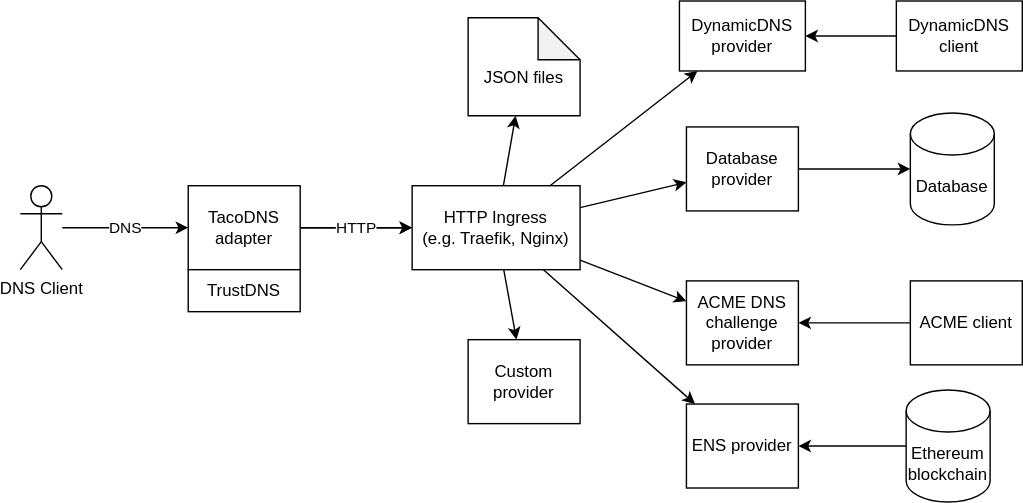
chris13524/tacodns keeps this draw.io diagram as ARCHITECTURE.drawio.svg. Above is the earlier version. Source tidied: cells renumbered, new cells last; positions are measured from the earlier drawing's top-left corner, leaving out a move shared by most shapes.
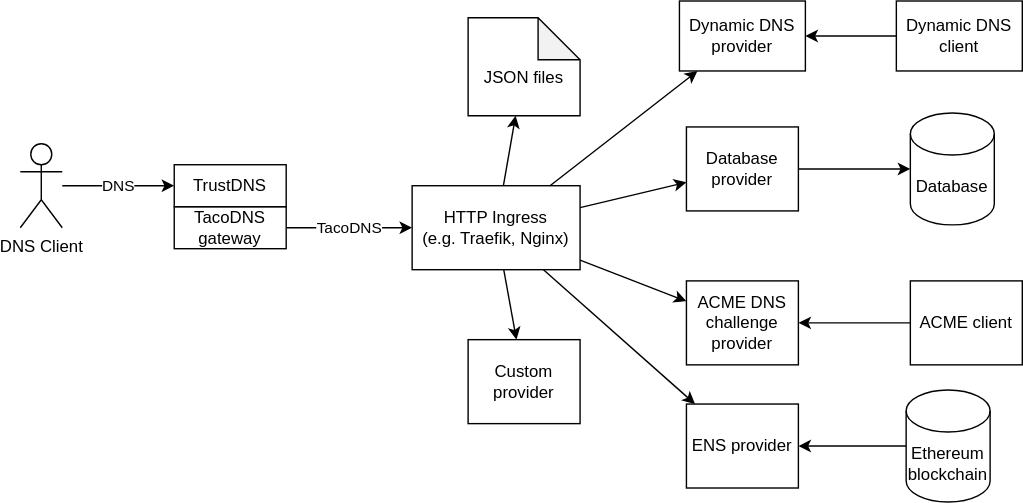
After the commit.

Change to the diagram source:
```diff
@@ -3,21 +3,18 @@
     <mxCell id="0" />
     <mxCell id="1" parent="0" />
     <mxCell id="2" value="DNS Client" style="shape=umlActor;verticalLabelPosition=bottom;verticalAlign=top;html=1;outlineConnect=0;" parent="1" vertex="1">
-      <mxGeometry y="132" width="30" height="60" as="geometry" />
+      <mxGeometry y="102" width="30" height="60" as="geometry" />
     </mxCell>
-    <mxCell id="3" style="edgeStyle=orthogonalEdgeStyle;rounded=0;jettySize=auto;html=1;" parent="1" edge="1" source="4" target="6">
-      <mxGeometry relative="1" as="geometry" />
-    </mxCell>
-    <mxCell id="4" value="TacoDNS adapter" style="rounded=0;whiteSpace=wrap;html=1;" parent="1" vertex="1">
-      <mxGeometry x="120" y="132" width="80" height="60" as="geometry" />
+    <mxCell id="4" value="TacoDNS gateway" style="rounded=0;whiteSpace=wrap;html=1;" parent="1" vertex="1">
+      <mxGeometry x="110" y="147" width="80" height="30" as="geometry" />
     </mxCell>
-    <mxCell id="5" value="DNS" style="endArrow=classic;html=1;" parent="1" edge="1" source="2" target="4">
+    <mxCell id="5" value="DNS" style="endArrow=classic;html=1;" parent="1" edge="1" source="2" target="24">
       <mxGeometry relative="1" as="geometry" />
     </mxCell>
     <mxCell id="6" value="HTTP Ingress&lt;br&gt;(e.g. Traefik, Nginx)" style="rounded=0;whiteSpace=wrap;html=1;" parent="1" vertex="1">
       <mxGeometry x="280" y="132" width="120" height="60" as="geometry" />
     </mxCell>
-    <mxCell id="7" value="HTTP" style="endArrow=classic;html=1;" parent="1" edge="1" source="4" target="6">
+    <mxCell id="7" value="TacoDNS" style="endArrow=classic;html=1;" parent="1" edge="1" source="4" target="6">
       <mxGeometry relative="1" as="geometry" />
     </mxCell>
     <mxCell id="8" value="&lt;br&gt;JSON files" style="shape=note;whiteSpace=wrap;html=1;backgroundOutline=1;darkOpacity=0.05;rounded=0;sketch=0;verticalAlign=middle;" parent="1" vertex="1">
@@ -56,20 +53,20 @@
     <mxCell id="19" style="endArrow=classic;html=1;" parent="1" edge="1" source="18" target="16">
       <mxGeometry relative="1" as="geometry" />
     </mxCell>
-    <mxCell id="20" value="DynamicDNS provider" style="rounded=0;whiteSpace=wrap;html=1;sketch=0;" parent="1" vertex="1">
+    <mxCell id="20" value="Dynamic DNS provider" style="rounded=0;whiteSpace=wrap;html=1;sketch=0;" parent="1" vertex="1">
       <mxGeometry x="471" width="90" height="50" as="geometry" />
     </mxCell>
     <mxCell id="21" style="endArrow=none;html=1;startArrow=classic;startFill=1;endFill=0;" parent="1" edge="1" source="20" target="6">
       <mxGeometry relative="1" as="geometry" />
     </mxCell>
-    <mxCell id="22" value="DynamicDNS client" style="rounded=0;whiteSpace=wrap;html=1;sketch=0;" parent="1" vertex="1">
+    <mxCell id="22" value="Dynamic DNS client" style="rounded=0;whiteSpace=wrap;html=1;sketch=0;" parent="1" vertex="1">
       <mxGeometry x="626" width="90" height="50" as="geometry" />
     </mxCell>
     <mxCell id="23" style="endArrow=classic;html=1;" parent="1" edge="1" source="22" target="20">
       <mxGeometry relative="1" as="geometry" />
     </mxCell>
     <mxCell id="24" value="TrustDNS" style="rounded=0;whiteSpace=wrap;html=1;" parent="1" vertex="1">
-      <mxGeometry x="120" y="192" width="80" height="30" as="geometry" />
+      <mxGeometry x="110" y="117" width="80" height="30" as="geometry" />
     </mxCell>
     <mxCell id="25" value="ENS provider" style="rounded=0;whiteSpace=wrap;html=1;sketch=0;" parent="1" vertex="1">
       <mxGeometry x="476" y="288" width="80" height="60" as="geometry" />
```
